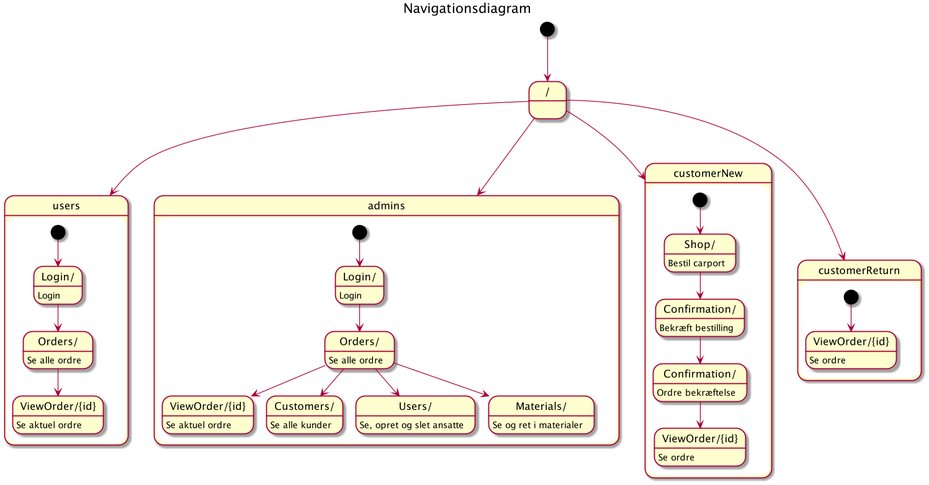
Before: Documentation/UML/Navigrationsdiagram/Navigation_State.png, a diagram exported from PlantUML (codergram/Fog).
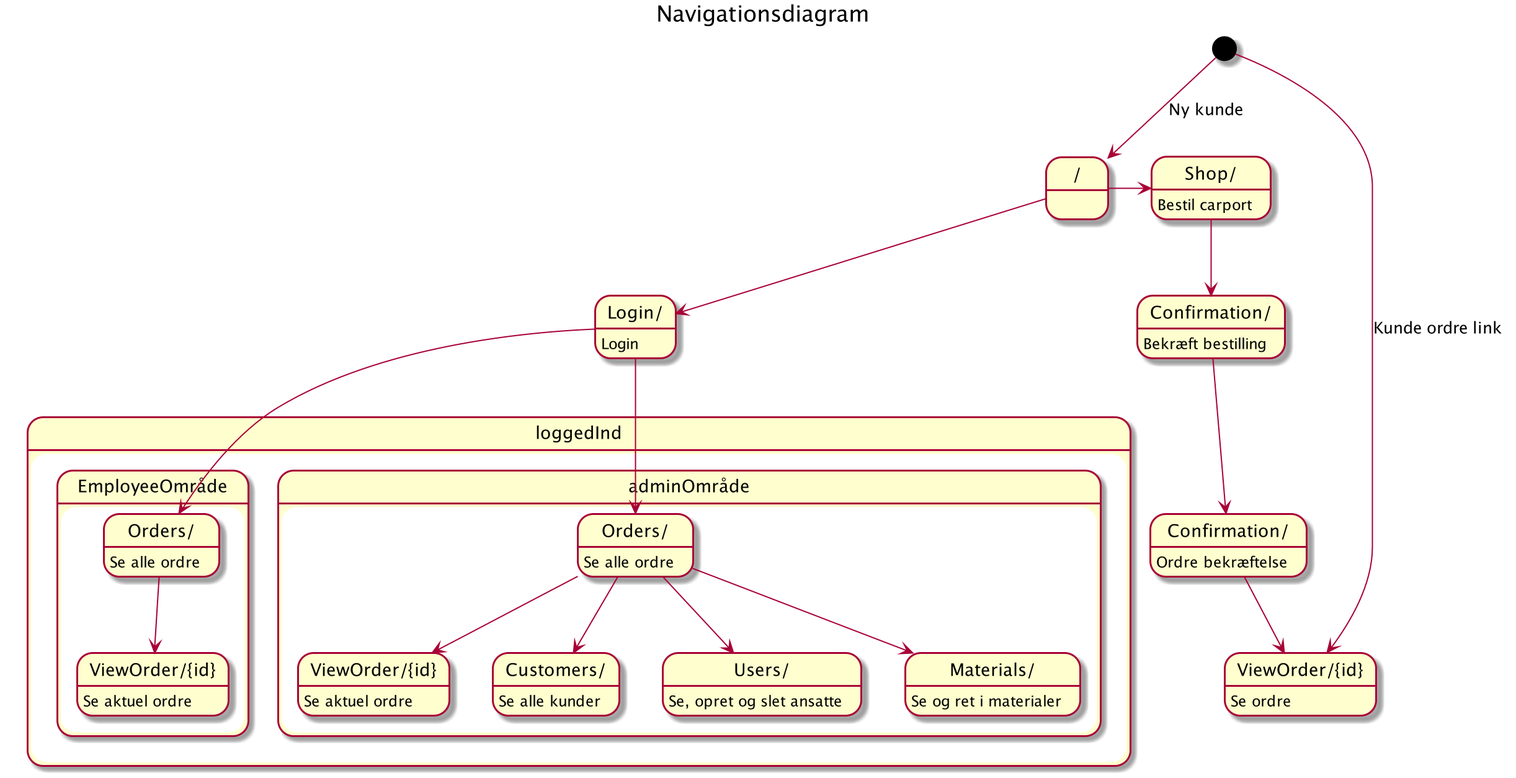
After the commit.

What changed in the source:
```diff
@@ -9,66 +9,61 @@
 
 state "/" as index
 
-[*] --> index
+[*] --> index: Ny kunde
 
-state "users" as u {
+state "Login/" as login :Login
 
-    state "Login/" as u_login :Login
-    state "Orders/" as u_orders :Se alle ordre
-    state "ViewOrder/{id}" as u_order_details :Se aktuel ordre
+state "loggedInd" as l {
 
-    [*] --> u_login
-    u_login --> u_orders
-    u_orders --> u_order_details
+  state "EmployeeOmråde" as u {
+
+
+      state "Orders/" as u_orders :Se alle ordre
+      state "ViewOrder/{id}" as u_order_details :Se aktuel ordre
+
+      login --> u_orders
+      u_orders --> u_order_details
+
+  }
+
+  state "adminOmråde" as a {
+
+
+      state "Orders/" as a_orders :Se alle ordre
+      state "ViewOrder/{id}" as a_order_details :Se aktuel ordre
+
+      state "Customers/" as a_customer :Se alle kunder
+
+      state "Users/" as a_users :Se, opret og slet ansatte
+
+      state "Materials/" as a_materials :Se og ret i materialer
+
+      login --> a_orders
+      a_orders --> a_order_details
+
+      a_orders --> a_customer
+
+      a_orders --> a_users
+
+      a_orders --> a_materials
+  }
 
 }
 
-state "admins" as a {
 
-    state "Login/" as a_login :Login
-    state "Orders/" as a_orders :Se alle ordre
-    state "ViewOrder/{id}" as a_order_details :Se aktuel ordre
-
-    state "Customers/" as a_customer :Se alle kunder
-
-    state "Users/" as a_users :Se, opret og slet ansatte
-
-    state "Materials/" as a_materials :Se og ret i materialer
-
-    [*] --> a_login
-    a_login --> a_orders
-    a_orders --> a_order_details
-
-    a_orders --> a_customer
-
-    a_orders --> a_users
-
-    a_orders --> a_materials
-}
-
-state "customerNew" as cn {
 
     state "Shop/" as cn_shop :Bestil carport
     state "Confirmation/" as cn_confirmation :Bekræft bestilling
     state "Confirmation/" as cn_thankyou :Ordre bekræftelse
     state "ViewOrder/{id}" as cn_vieworder :Se ordre
 
-    [*] --> cn_shop
+    index -right-> cn_shop
     cn_shop --> cn_confirmation
     cn_confirmation --> cn_thankyou
     cn_thankyou --> cn_vieworder
-}
 
-state "customerReturn" as co {
+    [*] -down-> cn_vieworder:Kunde ordre link
 
-    state "ViewOrder/{id}" as co_vieworder :Se ordre
-
-    [*] --> co_vieworder
-}
-
-index -down-> u
-index -down-> a
-index -down-> cn
-index -down-> co
+index -down-> login
 
 @enduml
```
